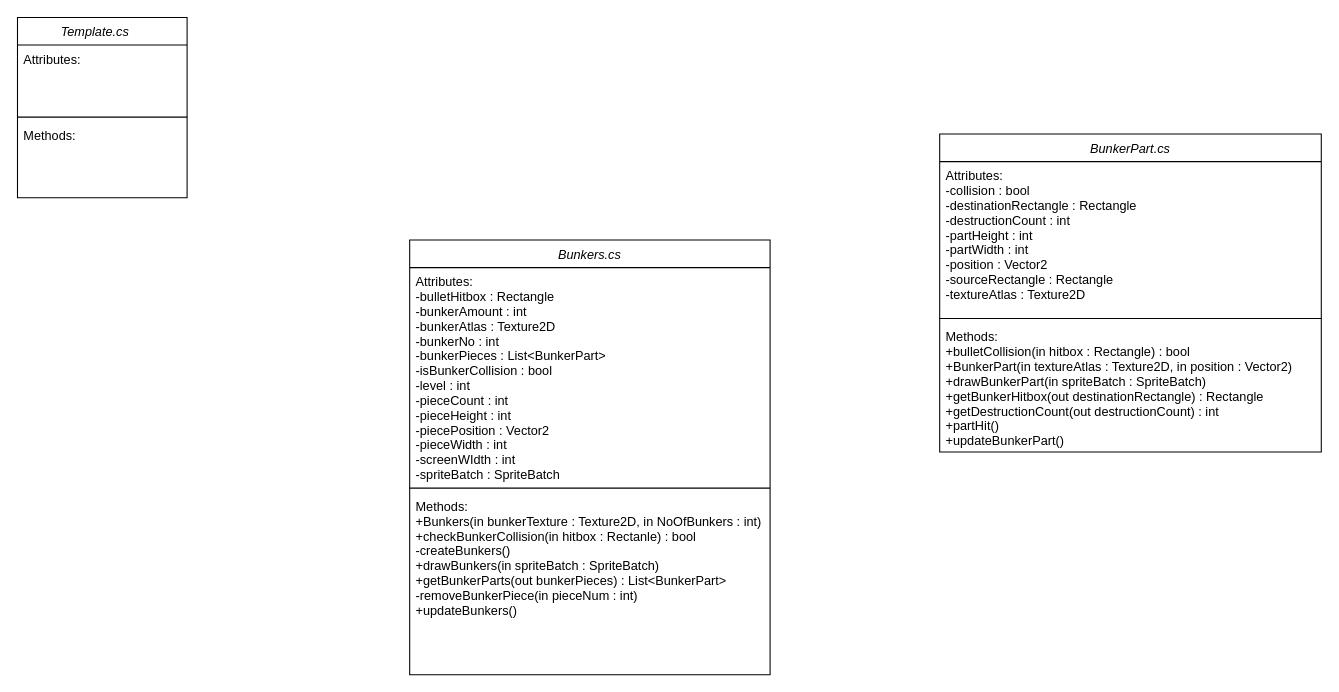
Above: Diagrams/ClassDiagramFinal.drawio in Ferogreywolf7/Alien-Attack (draw.io), before the change. Source tidied: cells renumbered, new cells numbered last; positions are measured from the earlier drawing's top-left corner, leaving out a move shared by most shapes. Both pictures are drawn from the tidied source at 106%, with x=0, y=0 at pixel (17, 17).
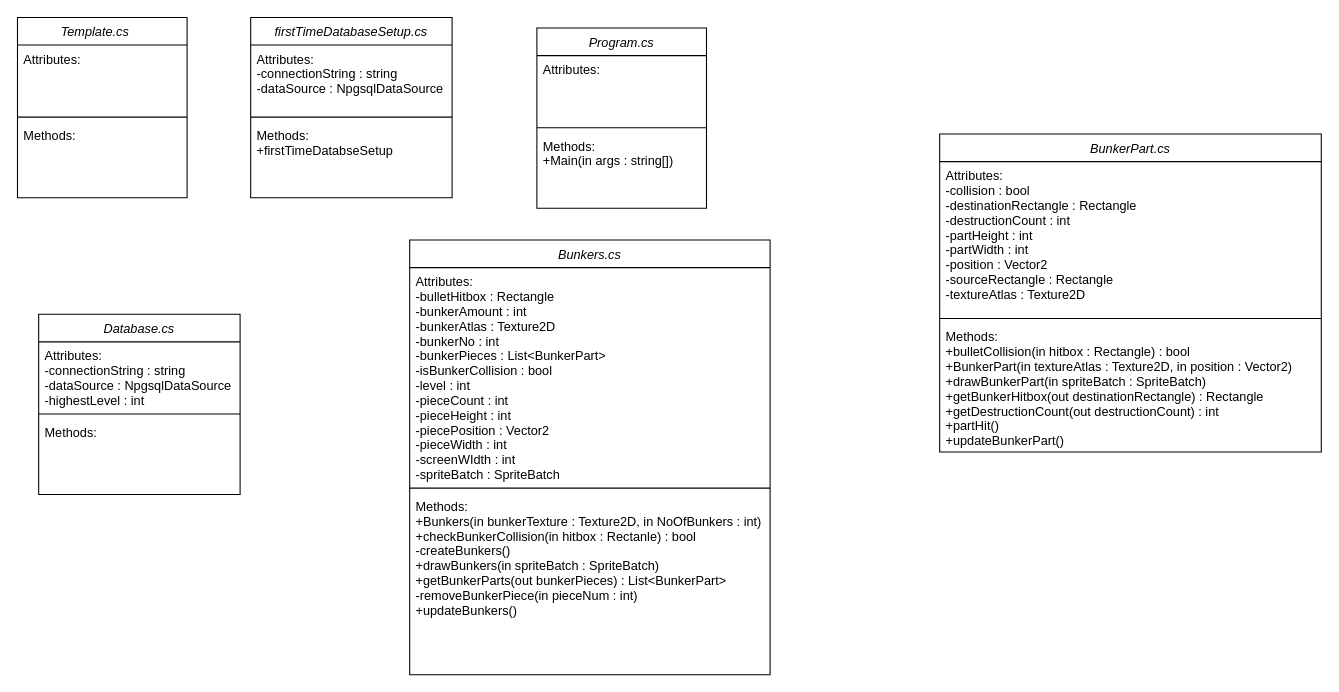
The same diagram, later.

Change to the diagram source:
```diff
@@
+    <mxCell id="14" value="Program.cs" style="swimlane;fontStyle=2;align=center;verticalAlign=top;horizontal=1;startSize=26;rounded=0;shadow=0;strokeWidth=1;" parent="1" vertex="1">
+      <mxGeometry x="490" y="10" width="160" height="170" as="geometry" />
+    </mxCell>
+    <mxCell id="15" value="Attributes:&#10;" style="text;align=left;verticalAlign=top;spacingLeft=4;spacingRight=4;overflow=hidden;" parent="14" vertex="1">
+      <mxGeometry y="26" width="160" height="64" as="geometry" />
+    </mxCell>
+    <mxCell id="16" style="line;html=1;strokeWidth=1;align=left;verticalAlign=middle;spacingTop=-1;spacingLeft=3;spacingRight=3;labelPosition=right;" parent="14" vertex="1">
+      <mxGeometry y="90" width="160" height="8" as="geometry" />
+    </mxCell>
+    <mxCell id="17" value="Methods:&#10;+Main(in args : string[])" style="text;align=left;verticalAlign=top;spacingLeft=4;spacingRight=4;overflow=hidden;" parent="14" vertex="1">
+      <mxGeometry y="98" width="160" height="58" as="geometry" />
+    </mxCell>
+    <mxCell id="18" value="firstTimeDatabaseSetup.cs" style="swimlane;fontStyle=2;align=center;verticalAlign=top;horizontal=1;startSize=26;rounded=0;shadow=0;strokeWidth=1;" parent="1" vertex="1">
+      <mxGeometry x="220" width="190" height="170" as="geometry" />
+    </mxCell>
+    <mxCell id="19" value="Attributes:&#10;-connectionString : string&#10;-dataSource : NpgsqlDataSource" style="text;align=left;verticalAlign=top;spacingLeft=4;spacingRight=4;overflow=hidden;" parent="18" vertex="1">
+      <mxGeometry y="26" width="190" height="64" as="geometry" />
+    </mxCell>
+    <mxCell id="20" style="line;html=1;strokeWidth=1;align=left;verticalAlign=middle;spacingTop=-1;spacingLeft=3;spacingRight=3;labelPosition=right;" parent="18" vertex="1">
+      <mxGeometry y="90" width="190" height="8" as="geometry" />
+    </mxCell>
+    <mxCell id="21" value="Methods:&#10;+firstTimeDatabseSetup" style="text;align=left;verticalAlign=top;spacingLeft=4;spacingRight=4;overflow=hidden;" parent="18" vertex="1">
+      <mxGeometry y="98" width="190" height="58" as="geometry" />
+    </mxCell>
+    <mxCell id="22" value="Database.cs" style="swimlane;fontStyle=2;align=center;verticalAlign=top;horizontal=1;startSize=26;rounded=0;shadow=0;strokeWidth=1;" parent="1" vertex="1">
+      <mxGeometry x="20" y="280" width="190" height="170" as="geometry" />
+    </mxCell>
+    <mxCell id="23" value="Attributes:&#10;-connectionString : string&#10;-dataSource : NpgsqlDataSource&#10;-highestLevel : int" style="text;align=left;verticalAlign=top;spacingLeft=4;spacingRight=4;overflow=hidden;" parent="22" vertex="1">
+      <mxGeometry y="26" width="190" height="64" as="geometry" />
+    </mxCell>
+    <mxCell id="24" style="line;html=1;strokeWidth=1;align=left;verticalAlign=middle;spacingTop=-1;spacingLeft=3;spacingRight=3;labelPosition=right;" parent="22" vertex="1">
+      <mxGeometry y="90" width="190" height="8" as="geometry" />
+    </mxCell>
+    <mxCell id="25" value="Methods:" style="text;align=left;verticalAlign=top;spacingLeft=4;spacingRight=4;overflow=hidden;" parent="22" vertex="1">
+      <mxGeometry y="98" width="190" height="58" as="geometry" />
+    </mxCell>
```
